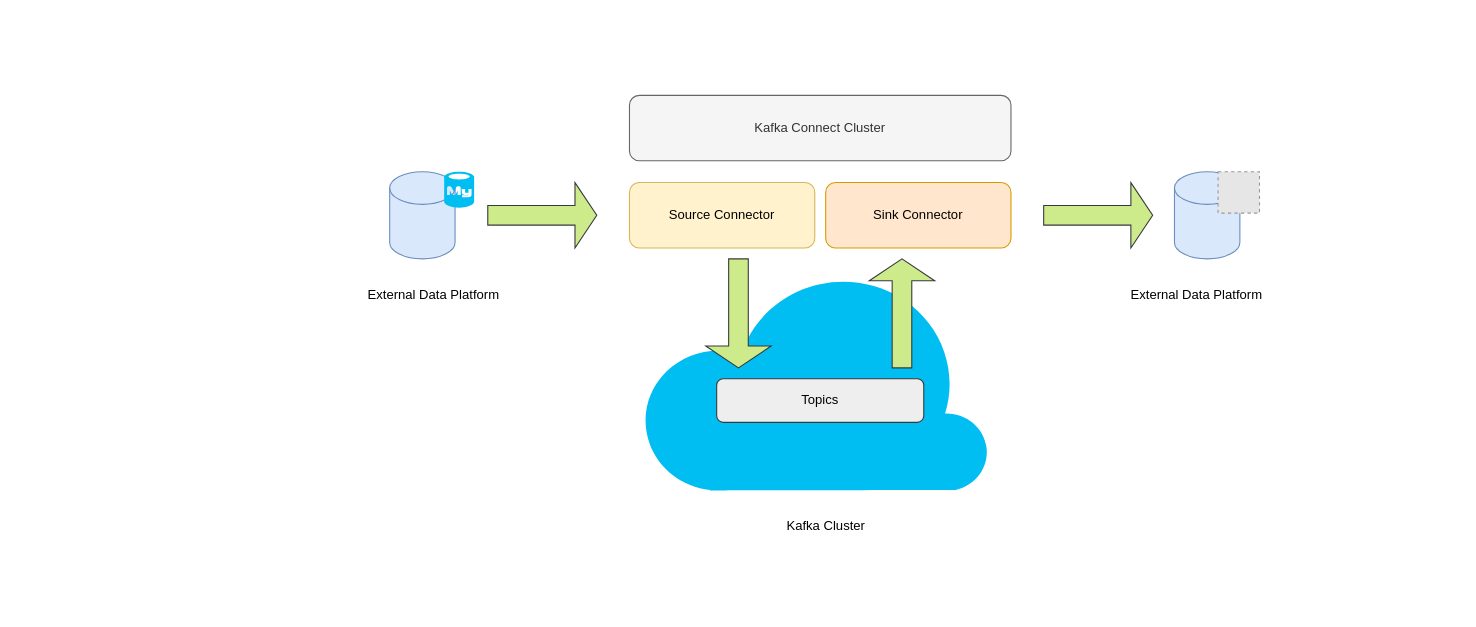
Before: Kafka Connect as a Service - Infra.drawio in jiangtao7/draw.io, a draw.io diagram. Source tidied: cells renumbered, new cells numbered last; positions are measured from the earlier drawing's top-left corner, leaving out a move shared by most shapes. Both pictures are drawn from the tidied source at 109%, with x=0, y=0 at pixel (356, 95). Pictures stored in the file or linked from it are replaced by grey dashed boxes.
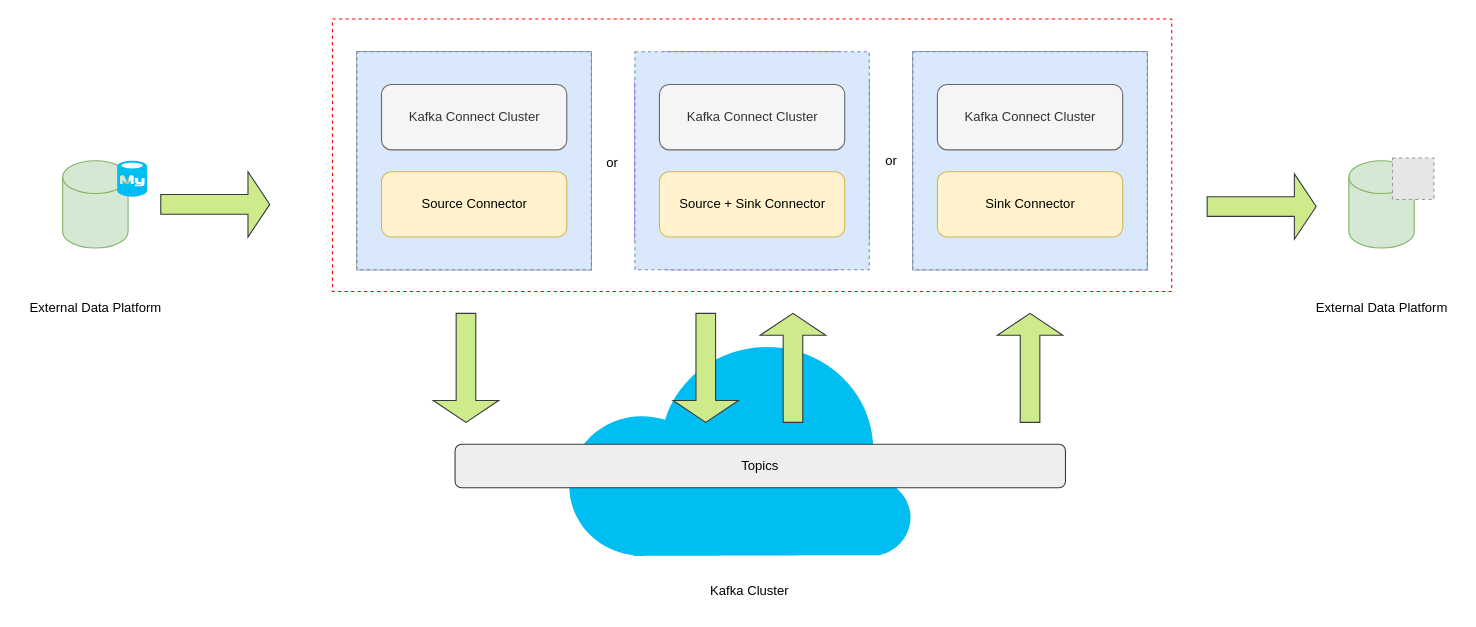
Above is the later version.

Change to the diagram source:
```diff
@@
+    <mxCell id="18" style="rounded=0;whiteSpace=wrap;html=1;dashed=1;strokeColor=#FF0000;" parent="1" vertex="1">
+      <mxGeometry x="-22.5" y="-70" width="770" height="250" as="geometry" />
+    </mxCell>
     <mxCell id="2" style="verticalLabelPosition=bottom;html=1;verticalAlign=top;align=center;strokeColor=none;fillColor=#00BEF2;shape=mxgraph.azure.cloud;" parent="1" vertex="1">
-      <mxGeometry x="260" y="160" width="320" height="202.5" as="geometry" />
+      <mxGeometry x="190" y="220" width="320" height="202.5" as="geometry" />
     </mxCell>
-    <mxCell id="3" style="shape=cylinder3;whiteSpace=wrap;html=1;boundedLbl=1;backgroundOutline=1;size=15;fillColor=#dae8fc;strokeColor=#6c8ebf;" parent="1" vertex="1">
-      <mxGeometry x="30" y="70" width="60" height="80" as="geometry" />
+    <mxCell id="3" style="shape=cylinder3;whiteSpace=wrap;html=1;boundedLbl=1;backgroundOutline=1;size=15;fillColor=#d5e8d4;strokeColor=#82b366;" parent="1" vertex="1">
+      <mxGeometry x="-270" y="60" width="60" height="80" as="geometry" />
     </mxCell>
-    <mxCell id="4" style="shape=cylinder3;whiteSpace=wrap;html=1;boundedLbl=1;backgroundOutline=1;size=15;fillColor=#dae8fc;strokeColor=#6c8ebf;" parent="1" vertex="1">
-      <mxGeometry x="750" y="70" width="60" height="80" as="geometry" />
+    <mxCell id="4" style="shape=cylinder3;whiteSpace=wrap;html=1;boundedLbl=1;backgroundOutline=1;size=15;fillColor=#d5e8d4;strokeColor=#82b366;" parent="1" vertex="1">
+      <mxGeometry x="910" y="60" width="60" height="80" as="geometry" />
     </mxCell>
-    <mxCell id="5" value="Kafka Connect Cluster" style="rounded=1;whiteSpace=wrap;html=1;fillColor=#f5f5f5;fontColor=#333333;strokeColor=#666666;" parent="1" vertex="1">
-      <mxGeometry x="250" width="350" height="60" as="geometry" />
-    </mxCell>
-    <mxCell id="6" value="Source Connector" style="rounded=1;whiteSpace=wrap;html=1;fillColor=#fff2cc;strokeColor=#d6b656;" parent="1" vertex="1">
-      <mxGeometry x="250" y="80" width="170" height="60" as="geometry" />
-    </mxCell>
-    <mxCell id="7" value="Sink Connector" style="rounded=1;whiteSpace=wrap;html=1;fillColor=#ffe6cc;strokeColor=#d79b00;" parent="1" vertex="1">
-      <mxGeometry x="430" y="80" width="170" height="60" as="geometry" />
-    </mxCell>
     <mxCell id="8" value="Topics" style="rounded=1;whiteSpace=wrap;html=1;fillColor=#eeeeee;strokeColor=#36393d;" parent="1" vertex="1">
-      <mxGeometry x="330" y="260" width="190" height="40" as="geometry" />
+      <mxGeometry x="90" y="320" width="560" height="40" as="geometry" />
     </mxCell>
     <mxCell id="9" style="shape=singleArrow;direction=south;whiteSpace=wrap;html=1;fillColor=#cdeb8b;strokeColor=#36393d;" parent="1" vertex="1">
-      <mxGeometry x="320" y="150" width="60" height="100" as="geometry" />
+      <mxGeometry x="290" y="200" width="60" height="100" as="geometry" />
     </mxCell>
     <mxCell id="10" style="shape=singleArrow;direction=north;whiteSpace=wrap;html=1;fillColor=#cdeb8b;strokeColor=#36393d;" parent="1" vertex="1">
-      <mxGeometry x="470" y="150" width="60" height="100" as="geometry" />
+      <mxGeometry x="370" y="200" width="60" height="100" as="geometry" />
     </mxCell>
     <mxCell id="11" style="shape=singleArrow;whiteSpace=wrap;html=1;fillColor=#cdeb8b;strokeColor=#36393d;" parent="1" vertex="1">
-      <mxGeometry x="120" y="80" width="100" height="60" as="geometry" />
+      <mxGeometry x="-180" y="70" width="100" height="60" as="geometry" />
     </mxCell>
     <mxCell id="12" style="shape=singleArrow;whiteSpace=wrap;html=1;fillColor=#cdeb8b;strokeColor=#36393d;" parent="1" vertex="1">
-      <mxGeometry x="630" y="80" width="100" height="60" as="geometry" />
+      <mxGeometry x="780" y="72" width="100" height="60" as="geometry" />
     </mxCell>
     <mxCell id="13" style="fillColor=#E6E6E6;strokeColor=#999999;dashed=1;html=1;verticalAlign=top;verticalLabelPosition=bottom;labelBackgroundColor=#ffffff;" parent="1" vertex="1">
-      <mxGeometry x="790" y="70" width="38" height="38" as="geometry" />
+      <mxGeometry x="950" y="57.5" width="38" height="38" as="geometry" />
     </mxCell>
     <mxCell id="14" style="verticalLabelPosition=bottom;html=1;verticalAlign=top;align=center;strokeColor=none;fillColor=#00BEF2;shape=mxgraph.azure.mysql_database;" parent="1" vertex="1">
-      <mxGeometry x="80" y="70" width="27.5" height="33" as="geometry" />
+      <mxGeometry x="-220" y="60" width="27.5" height="33" as="geometry" />
     </mxCell>
     <mxCell id="15" value="External Data Platform" style="text;html=1;align=center;verticalAlign=middle;strokeColor=none;fillColor=none;" parent="1" vertex="1">
-      <mxGeometry y="168" width="140" height="30" as="geometry" />
+      <mxGeometry x="-310" y="180" width="140" height="30" as="geometry" />
     </mxCell>
     <mxCell id="16" value="External Data Platform" style="text;html=1;align=center;verticalAlign=middle;strokeColor=none;fillColor=none;" parent="1" vertex="1">
-      <mxGeometry x="700" y="168" width="140" height="30" as="geometry" />
+      <mxGeometry x="870" y="180" width="140" height="30" as="geometry" />
     </mxCell>
     <mxCell id="17" value="Kafka Cluster" style="text;html=1;align=center;verticalAlign=middle;strokeColor=none;fillColor=none;" parent="1" vertex="1">
-      <mxGeometry x="380" y="380" width="100" height="30" as="geometry" />
+      <mxGeometry x="310" y="440" width="100" height="30" as="geometry" />
     </mxCell>
+    <mxCell id="19" style="group;fillColor=#f5f5f5;fontColor=#333333;strokeColor=#666666;" parent="1" vertex="1">
+      <mxGeometry y="-40" width="215" height="200" as="geometry" />
+    </mxCell>
+    <mxCell id="20" style="group;fillColor=#CCCCFF;fontColor=#333333;strokeColor=#666666;" parent="1" vertex="1">
+      <mxGeometry x="510" y="-40" width="215" height="200" as="geometry" />
+    </mxCell>
+    <mxCell id="21" style="group;fillColor=#fff2cc;strokeColor=#9933FF;shadow=0;rounded=1;fillStyle=solid;" parent="1" vertex="1">
+      <mxGeometry x="255" y="-40" width="215" height="200" as="geometry" />
+    </mxCell>
+    <mxCell id="22" style="shape=singleArrow;direction=south;whiteSpace=wrap;html=1;fillColor=#cdeb8b;strokeColor=#36393d;" parent="1" vertex="1">
+      <mxGeometry x="70" y="200" width="60" height="100" as="geometry" />
+    </mxCell>
+    <mxCell id="23" style="shape=singleArrow;direction=north;whiteSpace=wrap;html=1;fillColor=#cdeb8b;strokeColor=#36393d;" parent="1" vertex="1">
+      <mxGeometry x="587.5" y="200" width="60" height="100" as="geometry" />
+    </mxCell>
+    <mxCell id="24" style="rounded=0;whiteSpace=wrap;html=1;dashed=1;strokeColor=#6c8ebf;fillColor=#dae8fc;" parent="1" vertex="1">
+      <mxGeometry y="-40" width="215" height="200" as="geometry" />
+    </mxCell>
+    <mxCell id="5" value="Kafka Connect Cluster" style="rounded=1;whiteSpace=wrap;html=1;fillColor=#f5f5f5;fontColor=#333333;strokeColor=#666666;" parent="1" vertex="1">
+      <mxGeometry x="22.5" y="-10" width="170" height="60" as="geometry" />
+    </mxCell>
+    <mxCell id="6" value="Source Connector" style="rounded=1;whiteSpace=wrap;html=1;fillColor=#fff2cc;strokeColor=#d6b656;" parent="1" vertex="1">
+      <mxGeometry x="22.5" y="70" width="170" height="60" as="geometry" />
+    </mxCell>
+    <mxCell id="25" style="rounded=0;whiteSpace=wrap;html=1;dashed=1;strokeColor=#6c8ebf;fillColor=#dae8fc;" parent="1" vertex="1">
+      <mxGeometry x="255" y="-40" width="215" height="200" as="geometry" />
+    </mxCell>
+    <mxCell id="26" value="Kafka Connect Cluster" style="rounded=1;whiteSpace=wrap;html=1;fillColor=#f5f5f5;fontColor=#333333;strokeColor=#666666;" parent="1" vertex="1">
+      <mxGeometry x="277.5" y="-10" width="170" height="60" as="geometry" />
+    </mxCell>
+    <mxCell id="27" value="Source + Sink Connector" style="rounded=1;whiteSpace=wrap;html=1;fillColor=#fff2cc;strokeColor=#d6b656;" parent="1" vertex="1">
+      <mxGeometry x="277.5" y="70" width="170" height="60" as="geometry" />
+    </mxCell>
+    <mxCell id="28" style="rounded=0;whiteSpace=wrap;html=1;dashed=1;strokeColor=#6c8ebf;fillColor=#dae8fc;" parent="1" vertex="1">
+      <mxGeometry x="510" y="-40" width="215" height="200" as="geometry" />
+    </mxCell>
+    <mxCell id="29" value="Kafka Connect Cluster" style="rounded=1;whiteSpace=wrap;html=1;fillColor=#f5f5f5;fontColor=#333333;strokeColor=#666666;" parent="1" vertex="1">
+      <mxGeometry x="532.5" y="-10" width="170" height="60" as="geometry" />
+    </mxCell>
+    <mxCell id="7" value="Sink Connector" style="rounded=1;whiteSpace=wrap;html=1;fillColor=#fff2cc;strokeColor=#d6b656;" parent="1" vertex="1">
+      <mxGeometry x="532.5" y="70" width="170" height="60" as="geometry" />
+    </mxCell>
+    <mxCell id="30" value="or" style="text;html=1;align=center;verticalAlign=middle;strokeColor=none;fillColor=none;" parent="1" vertex="1">
+      <mxGeometry x="219" y="47" width="30" height="30" as="geometry" />
+    </mxCell>
+    <mxCell id="31" value="or" style="text;html=1;align=center;verticalAlign=middle;strokeColor=none;fillColor=none;" parent="1" vertex="1">
+      <mxGeometry x="475" y="45" width="30" height="30" as="geometry" />
+    </mxCell>
```
